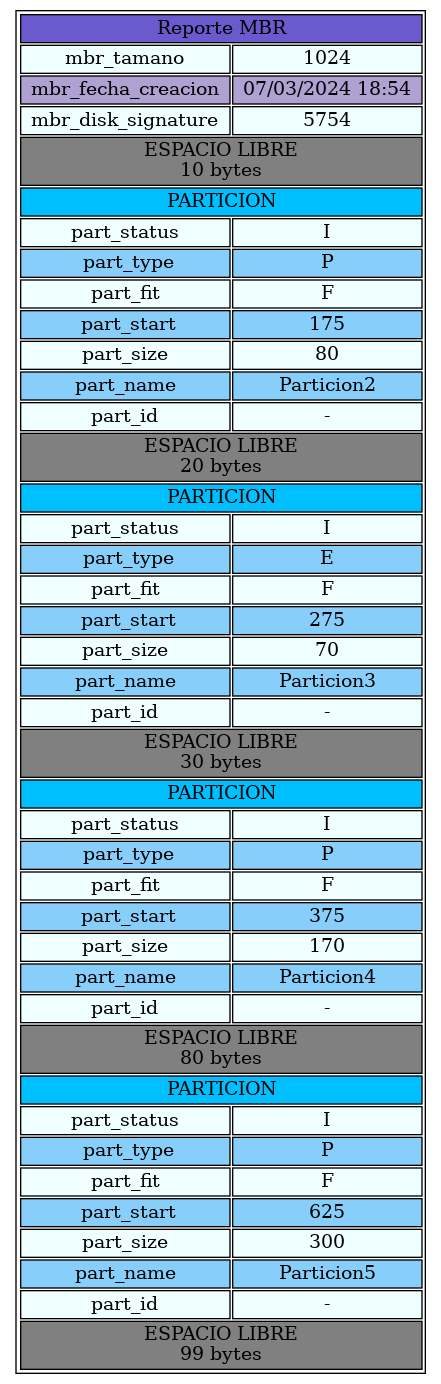
This is MIA/Reportes/mbrA.png from kmsu/MIA_P1_200915348, a Graphviz export, as it was before one commit. Its source is kept beside it as MIA/Reportes/mbrA.dot. Source of this version:
```dot
digraph {
node [ shape=none ]
TablaReportNodo [ label = < <table border="1">
 <tr>
  <td bgcolor= 'SlateBlue' COLSPAN="2"> Reporte MBR </td>
 </tr>
 <tr>
  <td bgcolor='Azure'> mbr_tamano </td>
  <td bgcolor='Azure'> 1024 </td>
 </tr>
 <tr>
  <td bgcolor='#AFA1D1'> mbr_fecha_creacion </td>
  <td bgcolor='#AFA1D1'> 07/03/2024 18:54 </td>
 </tr>
 <tr>
  <td bgcolor='Azure'> mbr_disk_signature </td>
  <td bgcolor='Azure'> 5754 </td>
 </tr>
<tr> <td bgcolor='#808080' COLSPAN="2"> ESPACIO LIBRE <br/> 10 bytes </td> </tr>  <tr>
  <td bgcolor='DeepSkyBlue' COLSPAN="2"> PARTICION </td>
 </tr>
 <tr>
  <td bgcolor='Azure'> part_status </td>
 <td bgcolor='Azure'> I </td>
 </tr>
 <tr>
  <td bgcolor='LightSkyBlue'> part_type</td>
  <td bgcolor='LightSkyBlue'> P </td>
 </tr>
 <tr>
  <td bgcolor='Azure'> part_fit </td>
  <td bgcolor='Azure'> F </td>
 </tr>
 <tr>
  <td bgcolor='LightSkyBlue'> part_start</td>
  <td bgcolor='LightSkyBlue'> 175 </td>
 </tr>
 <tr>
  <td bgcolor='Azure'> part_size </td>
  <td bgcolor='Azure'> 80 </td>
 </tr>
 <tr>
  <td bgcolor='LightSkyBlue'> part_name </td>
  <td bgcolor='LightSkyBlue'> Particion2 </td>
 </tr>
 <tr>
  <td bgcolor='Azure'> part_id </td>
  <td bgcolor='Azure'> - </td>
 </tr>
<tr> <td bgcolor='#808080' COLSPAN="2"> ESPACIO LIBRE <br/> 20 bytes </td> </tr>  <tr>
  <td bgcolor='DeepSkyBlue' COLSPAN="2"> PARTICION </td>
 </tr>
 <tr>
  <td bgcolor='Azure'> part_status </td>
 <td bgcolor='Azure'> I </td>
 </tr>
 <tr>
  <td bgcolor='LightSkyBlue'> part_type</td>
  <td bgcolor='LightSkyBlue'> E </td>
 </tr>
 <tr>
  <td bgcolor='Azure'> part_fit </td>
  <td bgcolor='Azure'> F </td>
 </tr>
 <tr>
  <td bgcolor='LightSkyBlue'> part_start</td>
  <td bgcolor='LightSkyBlue'> 275 </td>
 </tr>
 <tr>
  <td bgcolor='Azure'> part_size </td>
  <td bgcolor='Azure'> 70 </td>
 </tr>
 <tr>
  <td bgcolor='LightSkyBlue'> part_name </td>
  <td bgcolor='LightSkyBlue'> Particion3 </td>
 </tr>
 <tr>
  <td bgcolor='Azure'> part_id </td>
  <td bgcolor='Azure'> - </td>
 </tr>
<tr> <td bgcolor='#808080' COLSPAN="2"> ESPACIO LIBRE <br/> 30 bytes </td> </tr>  <tr>
  <td bgcolor='DeepSkyBlue' COLSPAN="2"> PARTICION </td>
 </tr>
 <tr>
  <td bgcolor='Azure'> part_status </td>
 <td bgcolor='Azure'> I </td>
 </tr>
 <tr>
  <td bgcolor='LightSkyBlue'> part_type</td>
  <td bgcolor='LightSkyBlue'> P </td>
 </tr>
 <tr>
  <td bgcolor='Azure'> part_fit </td>
  <td bgcolor='Azure'> F </td>
 </tr>
 <tr>
  <td bgcolor='LightSkyBlue'> part_start</td>
  <td bgcolor='LightSkyBlue'> 375 </td>
 </tr>
 <tr>
  <td bgcolor='Azure'> part_size </td>
  <td bgcolor='Azure'> 170 </td>
 </tr>
 <tr>
  <td bgcolor='LightSkyBlue'> part_name </td>
  <td bgcolor='LightSkyBlue'> Particion4 </td>
 </tr>
 <tr>
  <td bgcolor='Azure'> part_id </td>
  <td bgcolor='Azure'> - </td>
 </tr>
<tr> <td bgcolor='#808080' COLSPAN="2"> ESPACIO LIBRE <br/> 80 bytes </td> </tr>  <tr>
  <td bgcolor='DeepSkyBlue' COLSPAN="2"> PARTICION </td>
 </tr>
 <tr>
  <td bgcolor='Azure'> part_status </td>
 <td bgcolor='Azure'> I </td>
 </tr>
 <tr>
  <td bgcolor='LightSkyBlue'> part_type</td>
  <td bgcolor='LightSkyBlue'> P </td>
 </tr>
 <tr>
  <td bgcolor='Azure'> part_fit </td>
  <td bgcolor='Azure'> F </td>
 </tr>
 <tr>
  <td bgcolor='LightSkyBlue'> part_start</td>
  <td bgcolor='LightSkyBlue'> 625 </td>
 </tr>
 <tr>
  <td bgcolor='Azure'> part_size </td>
  <td bgcolor='Azure'> 300 </td>
 </tr>
 <tr>
  <td bgcolor='LightSkyBlue'> part_name </td>
  <td bgcolor='LightSkyBlue'> Particion5 </td>
 </tr>
 <tr>
  <td bgcolor='Azure'> part_id </td>
  <td bgcolor='Azure'> - </td>
 </tr>
<tr> <td bgcolor='#808080' COLSPAN="2"> ESPACIO LIBRE <br/> 99 bytes </td> </tr> </table> > ]
}
```
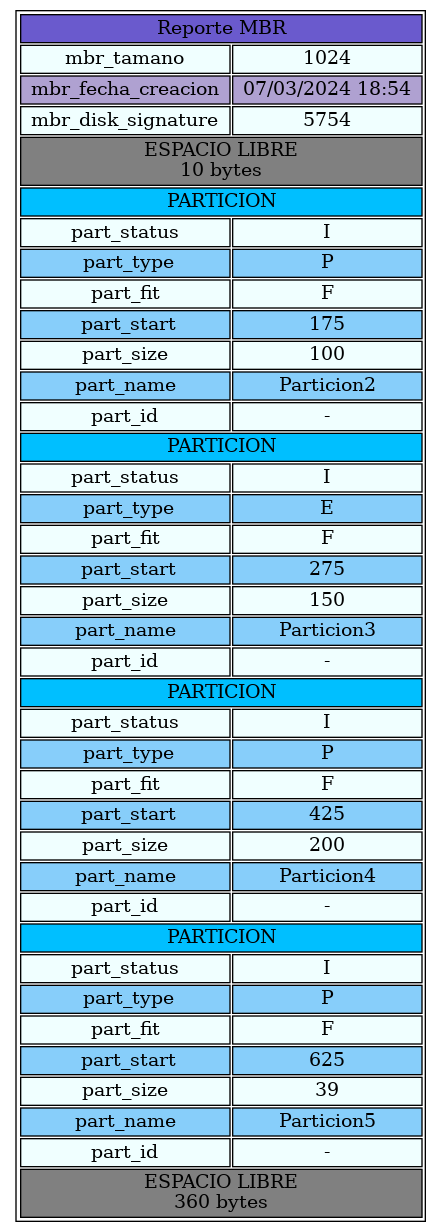
Above is the later version.

The edit, as a diff of the source:
```diff
@@ -37,7 +37,7 @@
  </tr>
  <tr>
   <td bgcolor='Azure'> part_size </td>
-  <td bgcolor='Azure'> 80 </td>
+  <td bgcolor='Azure'> 100 </td>
  </tr>
  <tr>
   <td bgcolor='LightSkyBlue'> part_name </td>
@@ -47,7 +47,7 @@
   <td bgcolor='Azure'> part_id </td>
   <td bgcolor='Azure'> - </td>
  </tr>
-<tr> <td bgcolor='#808080' COLSPAN="2"> ESPACIO LIBRE <br/> 20 bytes </td> </tr>  <tr>
+ <tr>
   <td bgcolor='DeepSkyBlue' COLSPAN="2"> PARTICION </td>
  </tr>
  <tr>
@@ -68,7 +68,7 @@
  </tr>
  <tr>
   <td bgcolor='Azure'> part_size </td>
-  <td bgcolor='Azure'> 70 </td>
+  <td bgcolor='Azure'> 150 </td>
  </tr>
  <tr>
   <td bgcolor='LightSkyBlue'> part_name </td>
@@ -78,7 +78,7 @@
   <td bgcolor='Azure'> part_id </td>
   <td bgcolor='Azure'> - </td>
  </tr>
-<tr> <td bgcolor='#808080' COLSPAN="2"> ESPACIO LIBRE <br/> 30 bytes </td> </tr>  <tr>
+ <tr>
   <td bgcolor='DeepSkyBlue' COLSPAN="2"> PARTICION </td>
  </tr>
  <tr>
@@ -95,11 +95,11 @@
  </tr>
  <tr>
   <td bgcolor='LightSkyBlue'> part_start</td>
-  <td bgcolor='LightSkyBlue'> 375 </td>
+  <td bgcolor='LightSkyBlue'> 425 </td>
  </tr>
  <tr>
   <td bgcolor='Azure'> part_size </td>
-  <td bgcolor='Azure'> 170 </td>
+  <td bgcolor='Azure'> 200 </td>
  </tr>
  <tr>
   <td bgcolor='LightSkyBlue'> part_name </td>
@@ -109,7 +109,7 @@
   <td bgcolor='Azure'> part_id </td>
   <td bgcolor='Azure'> - </td>
  </tr>
-<tr> <td bgcolor='#808080' COLSPAN="2"> ESPACIO LIBRE <br/> 80 bytes </td> </tr>  <tr>
+ <tr>
   <td bgcolor='DeepSkyBlue' COLSPAN="2"> PARTICION </td>
  </tr>
  <tr>
@@ -130,7 +130,7 @@
  </tr>
  <tr>
   <td bgcolor='Azure'> part_size </td>
-  <td bgcolor='Azure'> 300 </td>
+  <td bgcolor='Azure'> 39 </td>
  </tr>
  <tr>
   <td bgcolor='LightSkyBlue'> part_name </td>
@@ -140,5 +140,5 @@
   <td bgcolor='Azure'> part_id </td>
   <td bgcolor='Azure'> - </td>
  </tr>
-<tr> <td bgcolor='#808080' COLSPAN="2"> ESPACIO LIBRE <br/> 99 bytes </td> </tr> </table> > ]
+<tr> <td bgcolor='#808080' COLSPAN="2"> ESPACIO LIBRE <br/> 360 bytes </td> </tr> </table> > ]
 }
```
